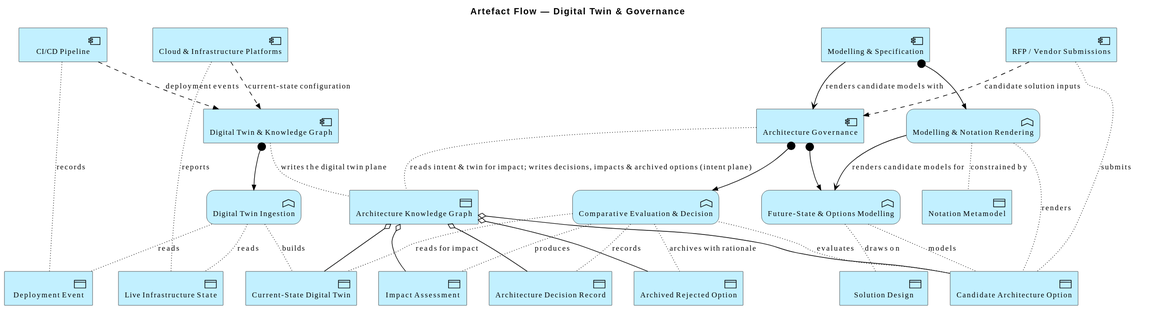
Above: architecture/model/diagrams/frictionless-architect-artefact-twin-governance.svg in wolffy-au/frictionless-architect (PlantUML), before the change.
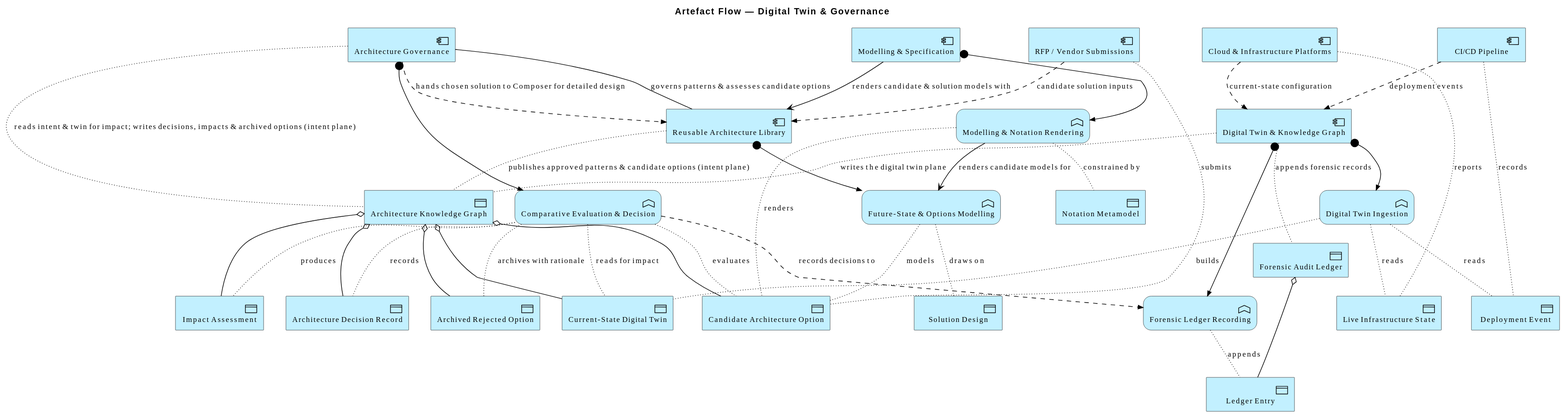
After the change.

Change to the diagram source:
```diff
@@ -3,15 +3,18 @@
 
 title Artefact Flow — Digital Twin & Governance
 
+Application_Component(e_id3b0beba52b5a5c, "Reusable Architecture Library")
 Application_Component(e_id3da203d482f955, "Digital Twin & Knowledge Graph")
 Application_Component(e_id0d5bd02b5ffe5e, "Architecture Governance")
 Application_Component(e_id82f04fecbdd85e, "Modelling & Specification")
 Application_DataObject(e_id989d401ffdae55, "Architecture Knowledge Graph")
+Application_DataObject(e_ida4a5b51705f555, "Forensic Audit Ledger")
 Application_Component(e_iddc67769c419e5d, "CI/CD Pipeline")
 Application_Component(e_idd9989f19521155, "Cloud & Infrastructure Platforms")
 Application_Component(e_idaf80425d61fd58, "RFP / Vendor Submissions")
+Application_Function(e_id2ef30ba1d68054, "Future-State & Options Modelling")
 Application_Function(e_id1ca5384e28155c, "Digital Twin Ingestion")
-Application_Function(e_id2ef30ba1d68054, "Future-State & Options Modelling")
+Application_Function(e_id1877d57ef1ec5e, "Forensic Ledger Recording")
 Application_Function(e_id26722845c7215d, "Comparative Evaluation & Decision")
 Application_Function(e_id3a42c87ebb235a, "Modelling & Notation Rendering")
 Application_DataObject(e_id506d57a987bb51, "Solution Design")
@@ -23,15 +26,21 @@
 Application_DataObject(e_id0bb0f3fe363353, "Impact Assessment")
 Application_DataObject(e_idf87e41c1164f5a, "Archived Rejected Option")
 Application_DataObject(e_id63466da133155e, "Notation Metamodel")
+Application_DataObject(e_id4142f84585a559, "Ledger Entry")
 
+Rel_Access(e_id3b0beba52b5a5c, e_id989d401ffdae55, "publishes approved patterns & candidate options (intent plane)")
+Rel_Flow(e_idaf80425d61fd58, e_id3b0beba52b5a5c, "candidate solution inputs")
+Rel_Serving(e_id82f04fecbdd85e, e_id3b0beba52b5a5c, "renders candidate & solution models with")
 Rel_Flow(e_idd9989f19521155, e_id3da203d482f955, "current-state configuration")
 Rel_Flow(e_iddc67769c419e5d, e_id3da203d482f955, "deployment events")
 Rel_Access(e_id3da203d482f955, e_id989d401ffdae55, "writes the digital twin plane")
-Rel_Flow(e_idaf80425d61fd58, e_id0d5bd02b5ffe5e, "candidate solution inputs")
+Rel_Access(e_id3da203d482f955, e_ida4a5b51705f555, "appends forensic records")
 Rel_Access(e_id0d5bd02b5ffe5e, e_id989d401ffdae55, "reads intent & twin for impact; writes decisions, impacts & archived options (intent plane)")
-Rel_Serving(e_id82f04fecbdd85e, e_id0d5bd02b5ffe5e, "renders candidate models with")
+Rel_Association(e_id0d5bd02b5ffe5e, e_id3b0beba52b5a5c, "governs patterns & assesses candidate options")
+Rel_Flow(e_id0d5bd02b5ffe5e, e_id3b0beba52b5a5c, "hands chosen solution to Composer for detailed design")
+Rel_Assignment(e_id3b0beba52b5a5c, e_id2ef30ba1d68054, "")
 Rel_Assignment(e_id3da203d482f955, e_id1ca5384e28155c, "")
-Rel_Assignment(e_id0d5bd02b5ffe5e, e_id2ef30ba1d68054, "")
+Rel_Assignment(e_id3da203d482f955, e_id1877d57ef1ec5e, "")
 Rel_Assignment(e_id0d5bd02b5ffe5e, e_id26722845c7215d, "")
 Rel_Assignment(e_id82f04fecbdd85e, e_id3a42c87ebb235a, "")
 Rel_Access(e_idd9989f19521155, e_id40481deb648b5d, "reports")
@@ -50,9 +59,12 @@
 Rel_Access(e_id3a42c87ebb235a, e_id63466da133155e, "constrained by")
 Rel_Access(e_id3a42c87ebb235a, e_id4ed126dd41c75e, "renders")
 Rel_Serving(e_id3a42c87ebb235a, e_id2ef30ba1d68054, "renders candidate models for")
+Rel_Access(e_id1877d57ef1ec5e, e_id4142f84585a559, "appends")
+Rel_Flow(e_id26722845c7215d, e_id1877d57ef1ec5e, "records decisions to")
 Rel_Aggregation(e_id989d401ffdae55, e_id20c5428a37355f, "")
 Rel_Aggregation(e_id989d401ffdae55, e_id4ed126dd41c75e, "")
 Rel_Aggregation(e_id989d401ffdae55, e_idecfad6920d135b, "")
 Rel_Aggregation(e_id989d401ffdae55, e_id0bb0f3fe363353, "")
 Rel_Aggregation(e_id989d401ffdae55, e_idf87e41c1164f5a, "")
+Rel_Aggregation(e_ida4a5b51705f555, e_id4142f84585a559, "")
 @enduml
```
